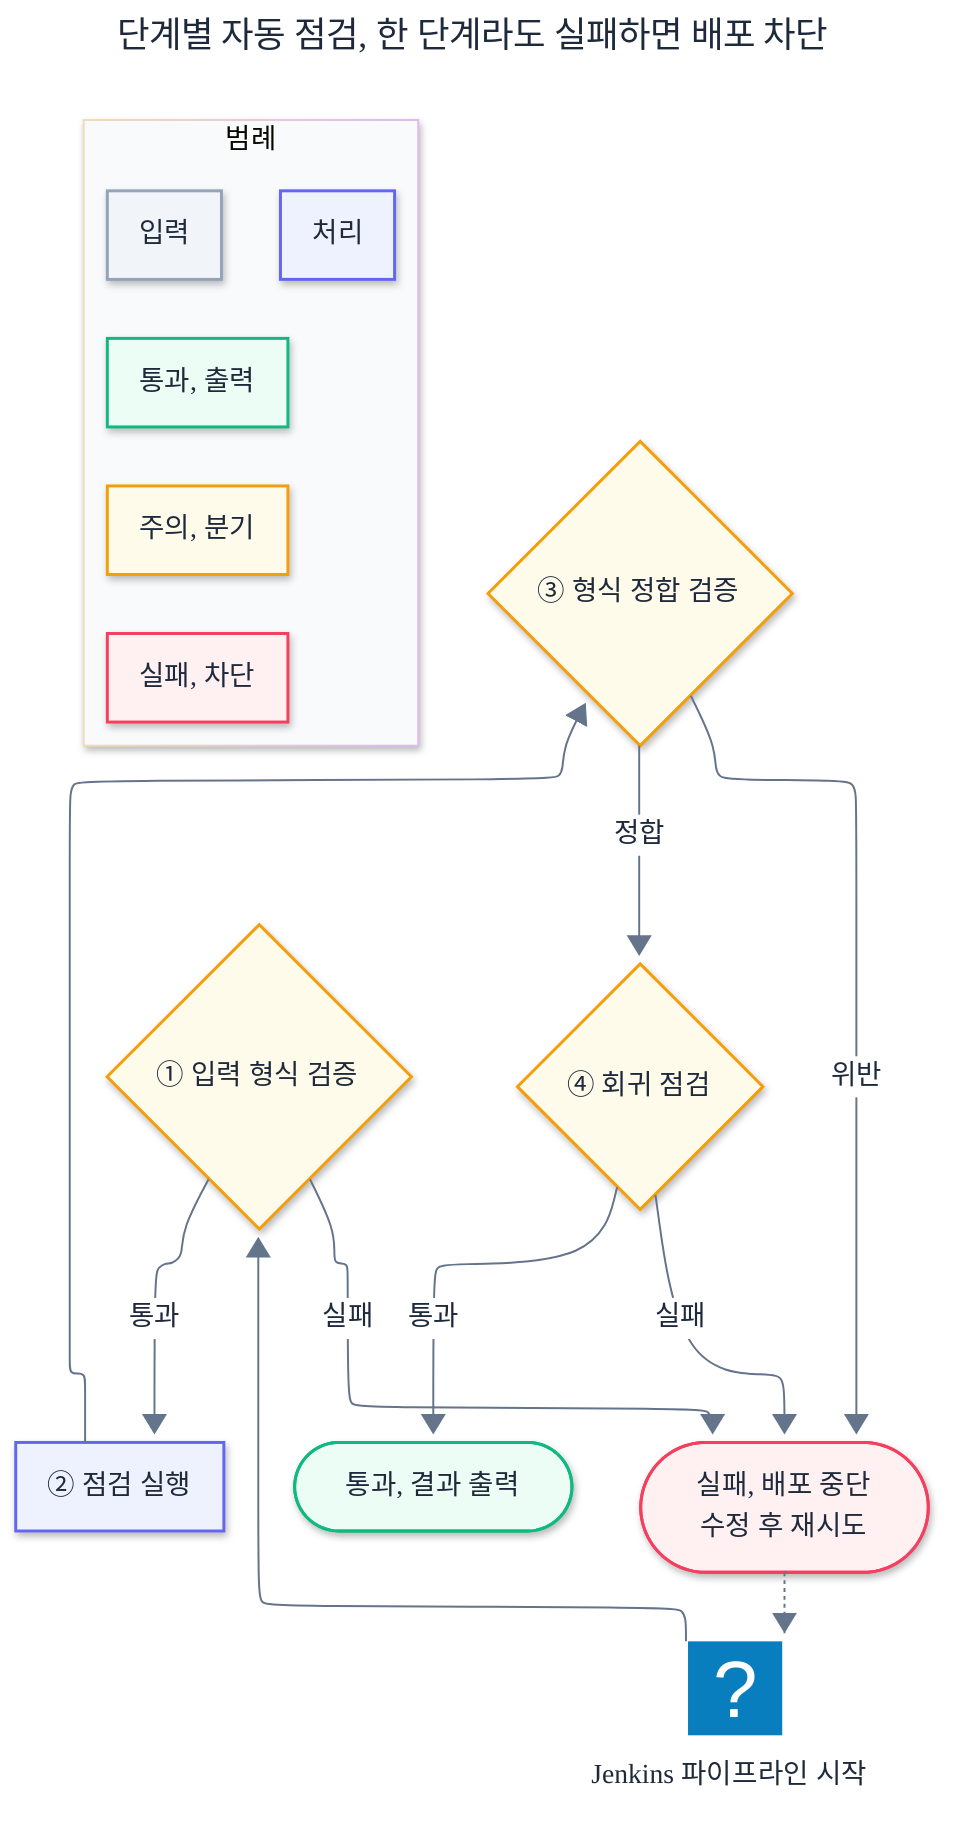
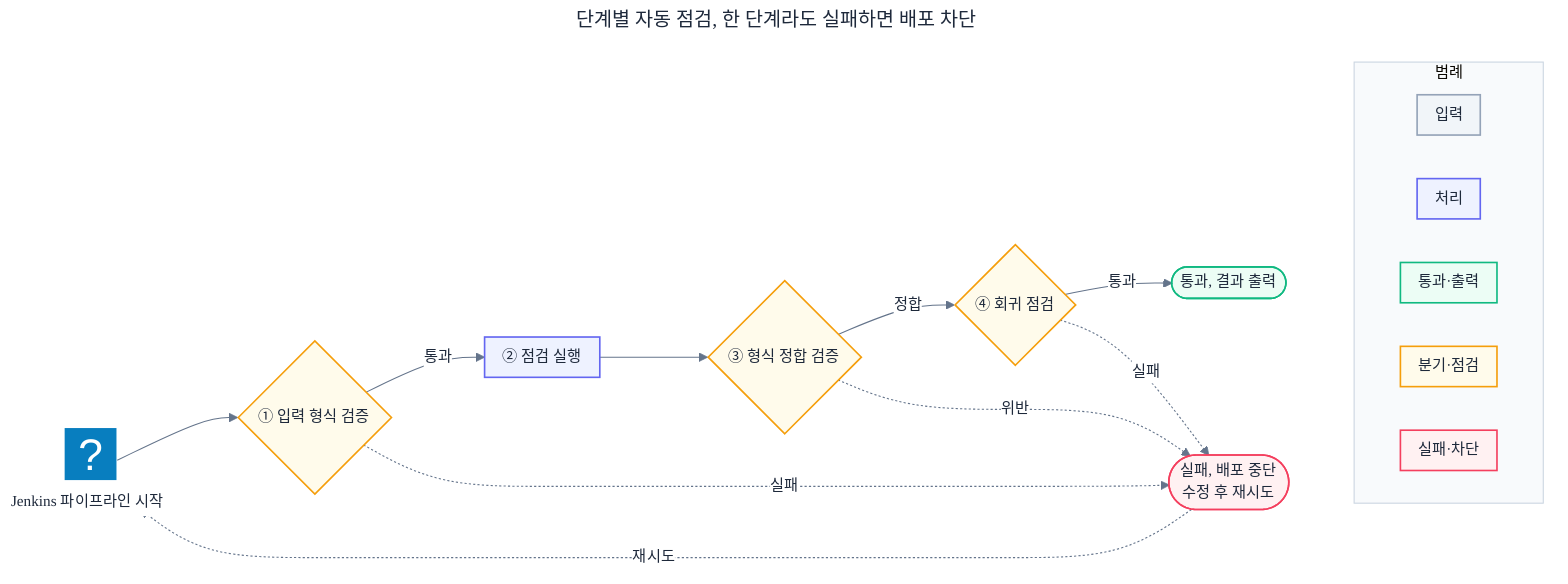
---
title: 단계별 자동 점검, 한 단계라도 실패하면 배포 차단
config:
-   layout: elk
-   look: neo
  theme: base
  themeVariables:
    fontFamily: 'Pretendard, Malgun Gothic, Noto Sans KR, sans-serif'
    fontSize: '14px'
    primaryTextColor: '#1E293B'
    lineColor: '#64748B'
    edgeLabelBackground: '#FFFFFF'
    clusterBkg: '#F8FAFC'
    clusterBorder: '#CBD5E1'
+   flowchart:
+     nodeSpacing: 40
+     rankSpacing: 60
+     padding: 8
---
- flowchart TD
+ flowchart LR
    START@{ icon: "logos:jenkins", label: "Jenkins 파이프라인 시작" }
    S1{"① 입력 형식 검증"}:::warn
    S2["② 점검 실행"]:::proc
    S3{"③ 형식 정합 검증"}:::warn
    S4{"④ 회귀 점검"}:::warn
    OK(["통과, 결과 출력"]):::ok
    BLOCK(["실패, 배포 중단<br/>수정 후 재시도"]):::fail

    START --> S1
    S1 -- "통과" --> S2 --> S3
    S3 -- "정합" --> S4
    S4 -- "통과" --> OK
-     S1 -- "실패" --> BLOCK
-     S3 -- "위반" --> BLOCK
-     S4 -- "실패" --> BLOCK
-     BLOCK -.-> START
+     S1 -. "실패" .-> BLOCK
+     S3 -. "위반" .-> BLOCK
+     S4 -. "실패" .-> BLOCK
+     BLOCK -.->|"재시도"| START

    START:::input

    subgraph LEGEND["범례"]
      direction LR
      LG_A["입력"]:::input
      LG_B["처리"]:::proc
-       LG_C["통과, 출력"]:::ok
-       LG_D["주의, 분기"]:::warn
-       LG_E["실패, 차단"]:::fail
+       LG_C["통과·출력"]:::ok
+       LG_D["분기·점검"]:::warn
+       LG_E["실패·차단"]:::fail
    end
+     OK ~~~ LEGEND

    classDef input fill:#F1F5F9,stroke:#94A3B8,color:#1E293B,stroke-width:1.5px
    classDef proc  fill:#EEF2FF,stroke:#6366F1,color:#1E293B,stroke-width:1.5px
    classDef ok    fill:#ECFDF5,stroke:#10B981,color:#1E293B,stroke-width:1.5px
    classDef warn  fill:#FFFBEB,stroke:#F59E0B,color:#1E293B,stroke-width:1.5px
    classDef fail  fill:#FFF1F2,stroke:#F43F5E,color:#1E293B,stroke-width:1.5px
